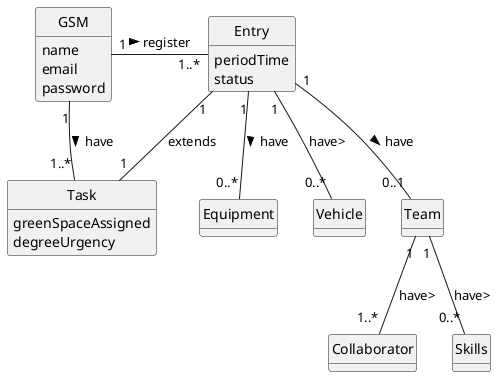
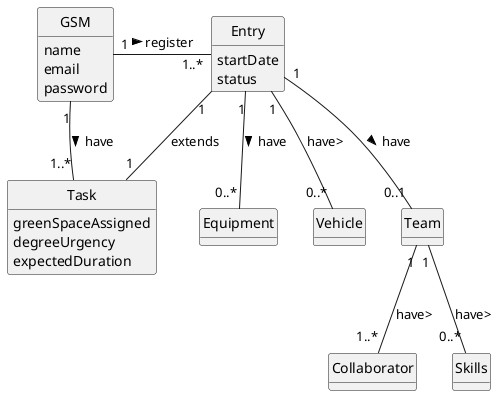
@startuml
skinparam monochrome true
skinparam packageStyle rectangle
skinparam shadowing false

'left to right direction

skinparam classAttributeIconSize 0

hide circle
hide methods

'title Domain Model

'class Platform {
'  -description
'}


class GSM {
    name
    email
    password
}

class Entry{
-     periodTime
+     startDate
    status
}

class Task{
    greenSpaceAssigned
    degreeUrgency
+     expectedDuration
}

class Collaborator{

}

class Equipment{
}

class Vehicle{
}



GSM "1" -- "1..*" Task: have >

GSM "1" - "1..*" Entry: register >

Entry "1" - "1" Task : extends

Entry "1" -- "0..1" Team : have >

Entry "1" -- "0..*" Vehicle : have>

Entry "1" -- "0..*" Equipment : have >

Team "1" -- "1..*" Collaborator : have>

Team "1" -- "0..*" Skills : have>

@enduml